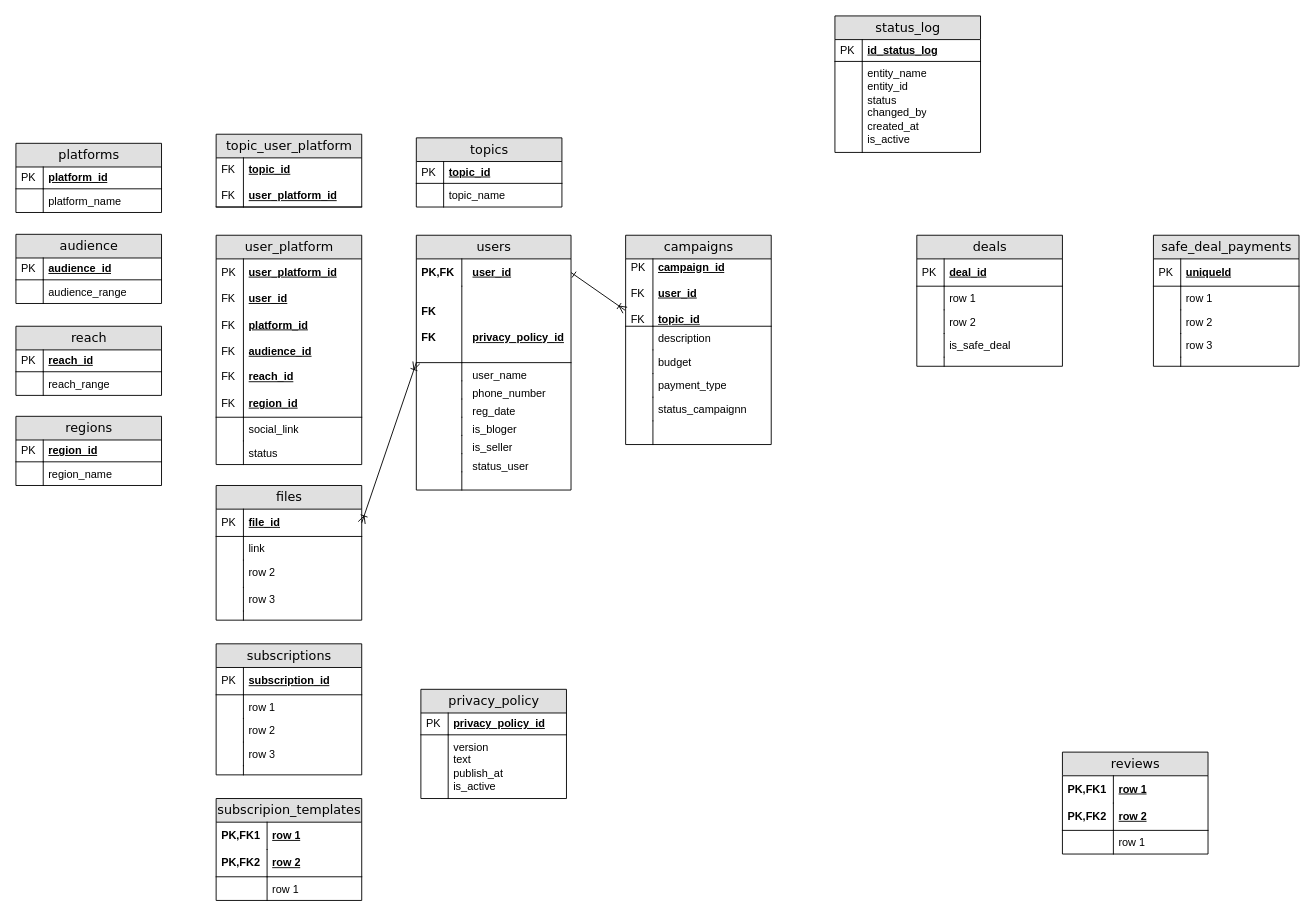
NadezdaHope19/practice keeps this draw.io diagram as diagrams/erd.drawio.xml. Above is the earlier version. Source tidied: cells renumbered, new cells numbered last; positions are measured from the earlier drawing's top-left corner, leaving out a move shared by most shapes. Both pictures are drawn from the tidied source at 91%, with x=0, y=0 at pixel (15, 15).
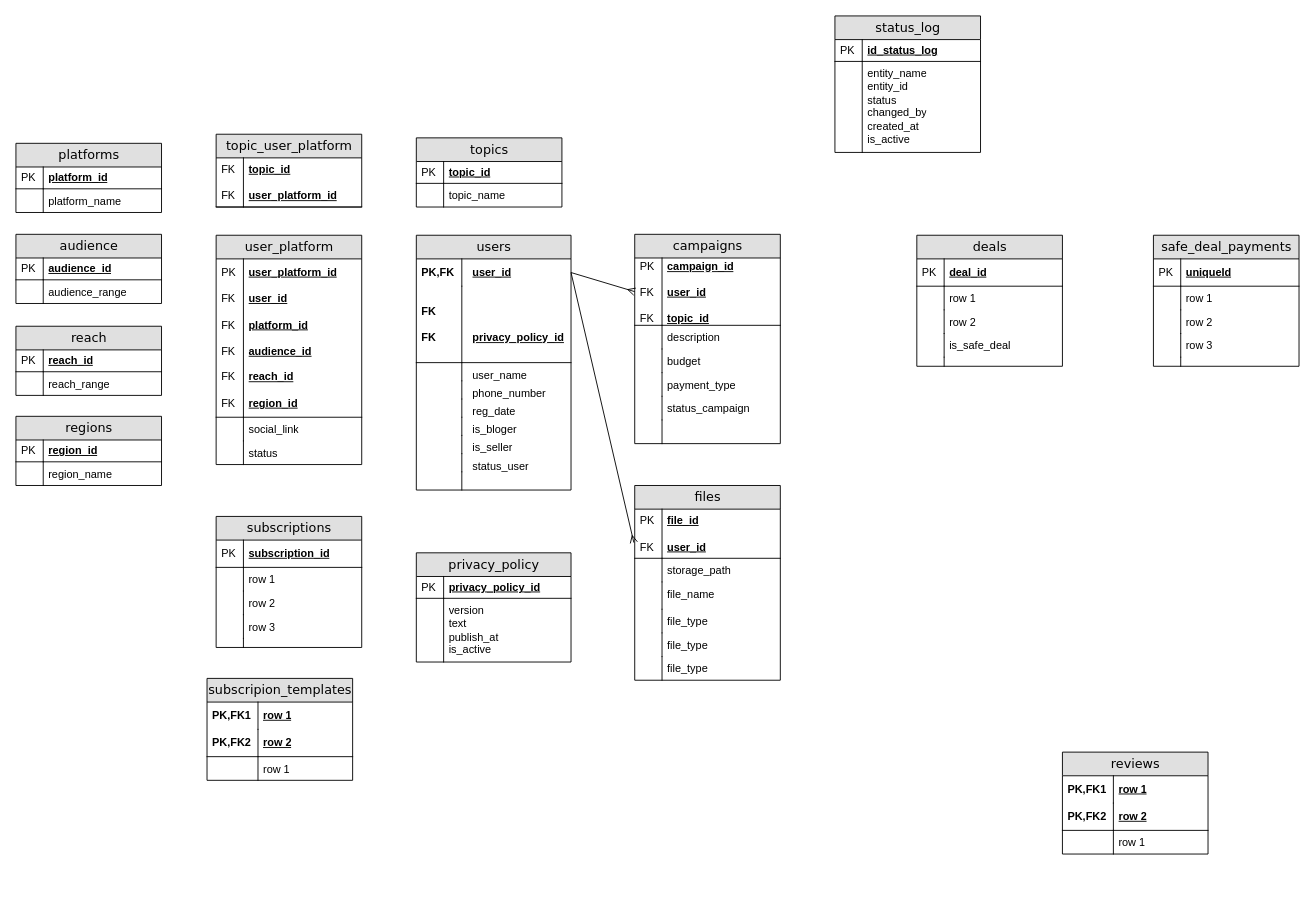
After the change.

The change refers to these unchanged cells:
```xml
<mxCell id="2" value="users" style="swimlane;html=1;fontStyle=0;horizontal=1;startSize=26;fillColor=#e0e0e0;swimlaneFillColor=#ffffff;align=center;rounded=0;shadow=0;comic=0;labelBackgroundColor=none;strokeWidth=1;fontFamily=Verdana;fontSize=14;" parent="1" vertex="1">
  <mxGeometry x="440" y="241" width="170" height="280" as="geometry" />
</mxCell>
<mxCell id="3" value="user_id" style="shape=partialRectangle;top=0;left=0;right=0;bottom=0;html=1;align=left;verticalAlign=middle;fillColor=none;spacingLeft=60;spacingRight=4;whiteSpace=wrap;overflow=hidden;points=[[0,0.5],[1,0.5]];portConstraint=eastwest;fontStyle=5;" parent="2" vertex="1">
  <mxGeometry y="26" width="170" height="30" as="geometry" />
</mxCell>
<mxCell id="22" value="campaign_id&lt;div&gt;&lt;br&gt;&lt;/div&gt;&lt;div&gt;user_id&lt;/div&gt;&lt;div&gt;&lt;br&gt;&lt;/div&gt;&lt;div&gt;topic_id&lt;/div&gt;" style="shape=partialRectangle;top=0;left=0;right=0;bottom=1;html=1;align=left;verticalAlign=middle;fillColor=none;spacingLeft=34;spacingRight=4;whiteSpace=wrap;overflow=hidden;points=[[0,0.5],[1,0.5]];portConstraint=eastwest;fontStyle=5;" parent="21" vertex="1">
  <mxGeometry y="26" width="160" height="74" as="geometry" />
</mxCell>
```

What changed in the source:
```diff
@@
     <mxCell id="21" value="campaigns" style="swimlane;html=1;fontStyle=0;horizontal=1;startSize=26;fillColor=#e0e0e0;swimlaneFillColor=#ffffff;align=center;rounded=0;shadow=0;comic=0;labelBackgroundColor=none;strokeWidth=1;fontFamily=Verdana;fontSize=14;swimlaneLine=1;" parent="1" vertex="1">
-      <mxGeometry x="670" y="241" width="160" height="230" as="geometry" />
+      <mxGeometry x="680" y="240" width="160" height="230" as="geometry" />
     </mxCell>
@@
-    <mxCell id="30" value="&lt;div&gt;&lt;span style=&quot;background-color: transparent; color: light-dark(rgb(0, 0, 0), rgb(255, 255, 255));&quot;&gt;status_campaignn&lt;/span&gt;&lt;/div&gt;" style="shape=partialRectangle;top=0;left=0;right=0;bottom=0;html=1;align=left;verticalAlign=top;fillColor=none;spacingLeft=34;spacingRight=4;whiteSpace=wrap;overflow=hidden;" parent="21" vertex="1">
+    <mxCell id="30" value="&lt;div&gt;&lt;span style=&quot;background-color: transparent; color: light-dark(rgb(0, 0, 0), rgb(255, 255, 255));&quot;&gt;status_campaign&lt;/span&gt;&lt;/div&gt;" style="shape=partialRectangle;top=0;left=0;right=0;bottom=0;html=1;align=left;verticalAlign=top;fillColor=none;spacingLeft=34;spacingRight=4;whiteSpace=wrap;overflow=hidden;" parent="21" vertex="1">
       <mxGeometry y="178" width="160" height="26" as="geometry" />
     </mxCell>
@@
     <mxCell id="45" value="subscriptions" style="swimlane;html=1;fontStyle=0;horizontal=1;startSize=26;fillColor=#e0e0e0;swimlaneFillColor=#ffffff;align=center;rounded=0;shadow=0;comic=0;labelBackgroundColor=none;strokeWidth=1;fontFamily=Verdana;fontSize=14;" parent="1" vertex="1">
-      <mxGeometry x="220" y="690" width="160" height="144" as="geometry" />
+      <mxGeometry x="220" y="550" width="160" height="144" as="geometry" />
     </mxCell>
@@
     <mxCell id="56" value="subscripion_templates" style="swimlane;html=1;fontStyle=0;horizontal=1;startSize=26;fillColor=#e0e0e0;swimlaneFillColor=#ffffff;align=center;rounded=0;shadow=0;comic=0;labelBackgroundColor=none;strokeWidth=1;fontFamily=Verdana;fontSize=14;" parent="1" vertex="1">
-      <mxGeometry x="220" y="860" width="160" height="112" as="geometry" />
+      <mxGeometry x="210" y="728" width="160" height="112" as="geometry" />
     </mxCell>
@@
     <mxCell id="81" value="files" style="swimlane;html=1;fontStyle=0;horizontal=1;startSize=26;fillColor=#e0e0e0;swimlaneFillColor=#ffffff;align=center;rounded=0;shadow=0;comic=0;labelBackgroundColor=none;strokeWidth=1;fontFamily=Verdana;fontSize=14;" parent="1" vertex="1">
-      <mxGeometry x="220" y="516" width="160" height="148" as="geometry" />
+      <mxGeometry x="680" y="516" width="160" height="214" as="geometry" />
     </mxCell>
-    <mxCell id="82" value="file_id" style="shape=partialRectangle;top=0;left=0;right=0;bottom=1;html=1;align=left;verticalAlign=middle;fillColor=none;spacingLeft=34;spacingRight=4;whiteSpace=wrap;overflow=hidden;points=[[0,0.5],[1,0.5]];portConstraint=eastwest;fontStyle=5;" parent="81" vertex="1">
-      <mxGeometry y="26" width="160" height="30" as="geometry" />
+    <mxCell id="82" value="file_id&lt;div&gt;&lt;br&gt;&lt;/div&gt;&lt;div&gt;user_id&lt;/div&gt;" style="shape=partialRectangle;top=0;left=0;right=0;bottom=1;html=1;align=left;verticalAlign=middle;fillColor=none;spacingLeft=34;spacingRight=4;whiteSpace=wrap;overflow=hidden;points=[[0,0.5],[1,0.5]];portConstraint=eastwest;fontStyle=5;" parent="81" vertex="1">
+      <mxGeometry y="26" width="160" height="54" as="geometry" />
     </mxCell>
-    <mxCell id="83" value="PK" style="shape=partialRectangle;top=0;left=0;bottom=0;html=1;fillColor=none;align=left;verticalAlign=middle;spacingLeft=4;spacingRight=4;whiteSpace=wrap;overflow=hidden;" parent="82" vertex="1">
-      <mxGeometry width="30" height="30" as="geometry" />
+    <mxCell id="83" value="PK&lt;div&gt;&lt;br&gt;&lt;/div&gt;&lt;div&gt;FK&lt;/div&gt;" style="shape=partialRectangle;top=0;left=0;bottom=0;html=1;fillColor=none;align=left;verticalAlign=middle;spacingLeft=4;spacingRight=4;whiteSpace=wrap;overflow=hidden;" parent="82" vertex="1">
+      <mxGeometry width="30" height="54" as="geometry" />
     </mxCell>
-    <mxCell id="84" value="link" style="shape=partialRectangle;top=0;left=0;right=0;bottom=0;html=1;align=left;verticalAlign=top;fillColor=none;spacingLeft=34;spacingRight=4;whiteSpace=wrap;overflow=hidden;" parent="81" vertex="1">
-      <mxGeometry y="56" width="160" height="26" as="geometry" />
+    <mxCell id="84" value="storage_path" style="shape=partialRectangle;top=0;left=0;right=0;bottom=0;html=1;align=left;verticalAlign=top;fillColor=none;spacingLeft=34;spacingRight=4;whiteSpace=wrap;overflow=hidden;" parent="81" vertex="1">
+      <mxGeometry y="80" width="160" height="26" as="geometry" />
     </mxCell>
@@
-    <mxCell id="86" value="row 2" style="shape=partialRectangle;top=0;left=0;right=0;bottom=0;html=1;align=left;verticalAlign=top;fillColor=none;spacingLeft=34;spacingRight=4;whiteSpace=wrap;overflow=hidden;" parent="81" vertex="1">
-      <mxGeometry y="82" width="160" height="30" as="geometry" />
+    <mxCell id="86" value="file_name" style="shape=partialRectangle;top=0;left=0;right=0;bottom=0;html=1;align=left;verticalAlign=top;fillColor=none;spacingLeft=34;spacingRight=4;whiteSpace=wrap;overflow=hidden;" parent="81" vertex="1">
+      <mxGeometry y="106" width="160" height="30" as="geometry" />
     </mxCell>
@@
-    <mxCell id="88" value="row 3" style="shape=partialRectangle;top=0;left=0;right=0;bottom=0;html=1;align=left;verticalAlign=top;fillColor=none;spacingLeft=34;spacingRight=4;whiteSpace=wrap;overflow=hidden;" parent="81" vertex="1">
-      <mxGeometry y="112" width="160" height="26" as="geometry" />
+    <mxCell id="88" value="file_type" style="shape=partialRectangle;top=0;left=0;right=0;bottom=0;html=1;align=left;verticalAlign=top;fillColor=none;spacingLeft=34;spacingRight=4;whiteSpace=wrap;overflow=hidden;" parent="81" vertex="1">
+      <mxGeometry y="136" width="160" height="26" as="geometry" />
     </mxCell>
@@
-    <mxCell id="90" style="shape=partialRectangle;top=0;left=0;right=0;bottom=0;html=1;align=left;verticalAlign=top;fillColor=none;spacingLeft=34;spacingRight=4;whiteSpace=wrap;overflow=hidden;" parent="81" vertex="1">
-      <mxGeometry y="138" width="160" height="10" as="geometry" />
-    </mxCell>
-    <mxCell id="91" style="shape=partialRectangle;top=0;left=0;bottom=0;html=1;fillColor=none;align=left;verticalAlign=top;spacingLeft=4;spacingRight=4;whiteSpace=wrap;overflow=hidden;" parent="90" vertex="1">
-      <mxGeometry width="30" height="10" as="geometry" />
-    </mxCell>
+    <mxCell id="139" value="file_type" style="shape=partialRectangle;top=0;left=0;right=0;bottom=0;html=1;align=left;verticalAlign=top;fillColor=none;spacingLeft=34;spacingRight=4;whiteSpace=wrap;overflow=hidden;" parent="81" vertex="1">
+      <mxGeometry y="162" width="160" height="26" as="geometry" />
+    </mxCell>
+    <mxCell id="140" style="shape=partialRectangle;top=0;left=0;bottom=0;html=1;fillColor=none;align=left;verticalAlign=top;spacingLeft=4;spacingRight=4;whiteSpace=wrap;overflow=hidden;" parent="139" vertex="1">
+      <mxGeometry width="30" height="26" as="geometry" />
+    </mxCell>
+    <mxCell id="141" value="file_type" style="shape=partialRectangle;top=0;left=0;right=0;bottom=0;html=1;align=left;verticalAlign=top;fillColor=none;spacingLeft=34;spacingRight=4;whiteSpace=wrap;overflow=hidden;" parent="81" vertex="1">
+      <mxGeometry y="188" width="160" height="26" as="geometry" />
+    </mxCell>
+    <mxCell id="142" style="shape=partialRectangle;top=0;left=0;bottom=0;html=1;fillColor=none;align=left;verticalAlign=top;spacingLeft=4;spacingRight=4;whiteSpace=wrap;overflow=hidden;" parent="141" vertex="1">
+      <mxGeometry width="30" height="26" as="geometry" />
+    </mxCell>
-    <mxCell id="92" style="edgeStyle=none;rounded=0;jettySize=auto;html=1;exitX=1;exitY=0.5;exitDx=0;exitDy=0;entryX=0;entryY=0.5;entryDx=0;entryDy=0;endArrow=ERoneToMany;endFill=0;startArrow=ERoneToMany;startFill=0;" parent="1" edge="1" source="82" target="2">
+    <mxCell id="92" style="edgeStyle=none;rounded=0;jettySize=auto;html=1;exitX=-0.006;exitY=0.681;exitDx=0;exitDy=0;entryX=1;entryY=0.5;entryDx=0;entryDy=0;endArrow=none;endFill=0;startArrow=ERmany;startFill=0;exitPerimeter=0;" parent="1" edge="1" source="82" target="3">
       <mxGeometry relative="1" as="geometry" />
     </mxCell>
-    <mxCell id="93" style="edgeStyle=none;rounded=0;jettySize=auto;html=1;exitX=1;exitY=0.5;exitDx=0;exitDy=0;entryX=-0.004;entryY=0.762;entryDx=0;entryDy=0;endArrow=ERoneToMany;endFill=0;startArrow=ERone;startFill=0;entryPerimeter=0;" parent="1" edge="1" source="3" target="22">
+    <mxCell id="93" style="edgeStyle=none;rounded=0;jettySize=auto;html=1;exitX=1;exitY=0.5;exitDx=0;exitDy=0;entryX=0;entryY=0.5;entryDx=0;entryDy=0;endArrow=ERmany;endFill=0;startArrow=none;startFill=0;" parent="1" edge="1" source="3" target="22">
       <mxGeometry relative="1" as="geometry" />
     </mxCell>
@@
     <mxCell id="129" value="privacy_policy" style="swimlane;html=1;fontStyle=0;horizontal=1;startSize=26;fillColor=#e0e0e0;swimlaneFillColor=#ffffff;align=center;rounded=0;shadow=0;comic=0;labelBackgroundColor=none;strokeWidth=1;fontFamily=Verdana;fontSize=14;swimlaneLine=1;" parent="1" vertex="1">
-      <mxGeometry x="445" y="740" width="160" height="120" as="geometry" />
+      <mxGeometry x="440" y="590" width="170" height="120" as="geometry" />
     </mxCell>
     <mxCell id="130" value="privacy_policy_id" style="shape=partialRectangle;top=0;left=0;right=0;bottom=1;html=1;align=left;verticalAlign=middle;fillColor=none;spacingLeft=34;spacingRight=4;whiteSpace=wrap;overflow=hidden;fontStyle=5;" parent="129" vertex="1">
-      <mxGeometry y="26" width="160" height="24" as="geometry" />
+      <mxGeometry y="26" width="170" height="24" as="geometry" />
     </mxCell>
@@
     <mxCell id="132" value="&lt;div&gt;&lt;font&gt;&lt;font style=&quot;&quot;&gt;v&lt;/font&gt;ersion&lt;/font&gt;&lt;/div&gt;&lt;div&gt;&lt;font&gt;text&lt;/font&gt;&lt;/div&gt;&lt;div&gt;&lt;font&gt;publish_at&lt;/font&gt;&lt;/div&gt;&lt;div&gt;&lt;font&gt;is_active&lt;/font&gt;&lt;/div&gt;" style="shape=partialRectangle;top=0;left=0;right=0;bottom=0;html=1;align=left;verticalAlign=top;fillColor=none;spacingLeft=34;spacingRight=4;whiteSpace=wrap;overflow=hidden;" parent="129" vertex="1">
-      <mxGeometry y="50" width="160" height="70" as="geometry" />
+      <mxGeometry y="50" width="170" height="70" as="geometry" />
     </mxCell>
```
